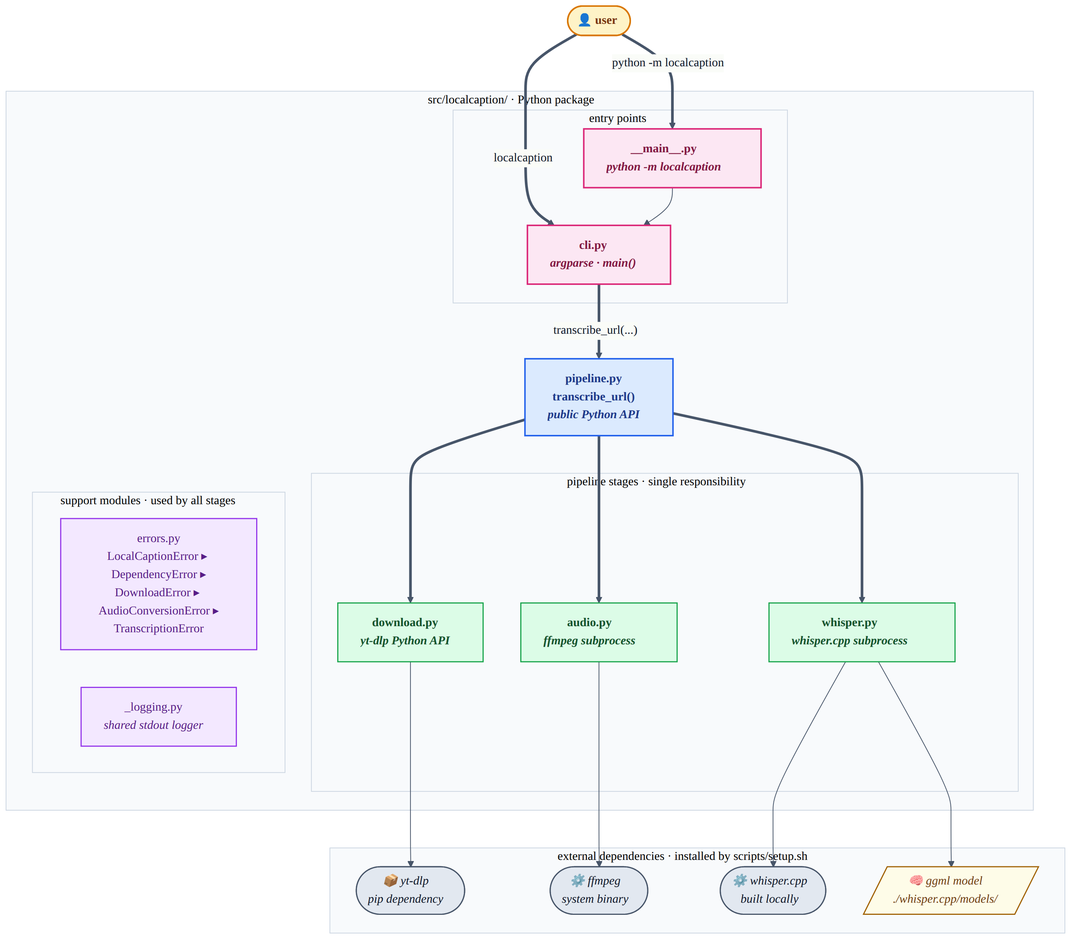
Githab-capibara/localcaption keeps this Mermaid diagram as docs/diagrams/architecture.png. Above is the earlier version. Its source is kept beside it as docs/diagrams/architecture.mmd.
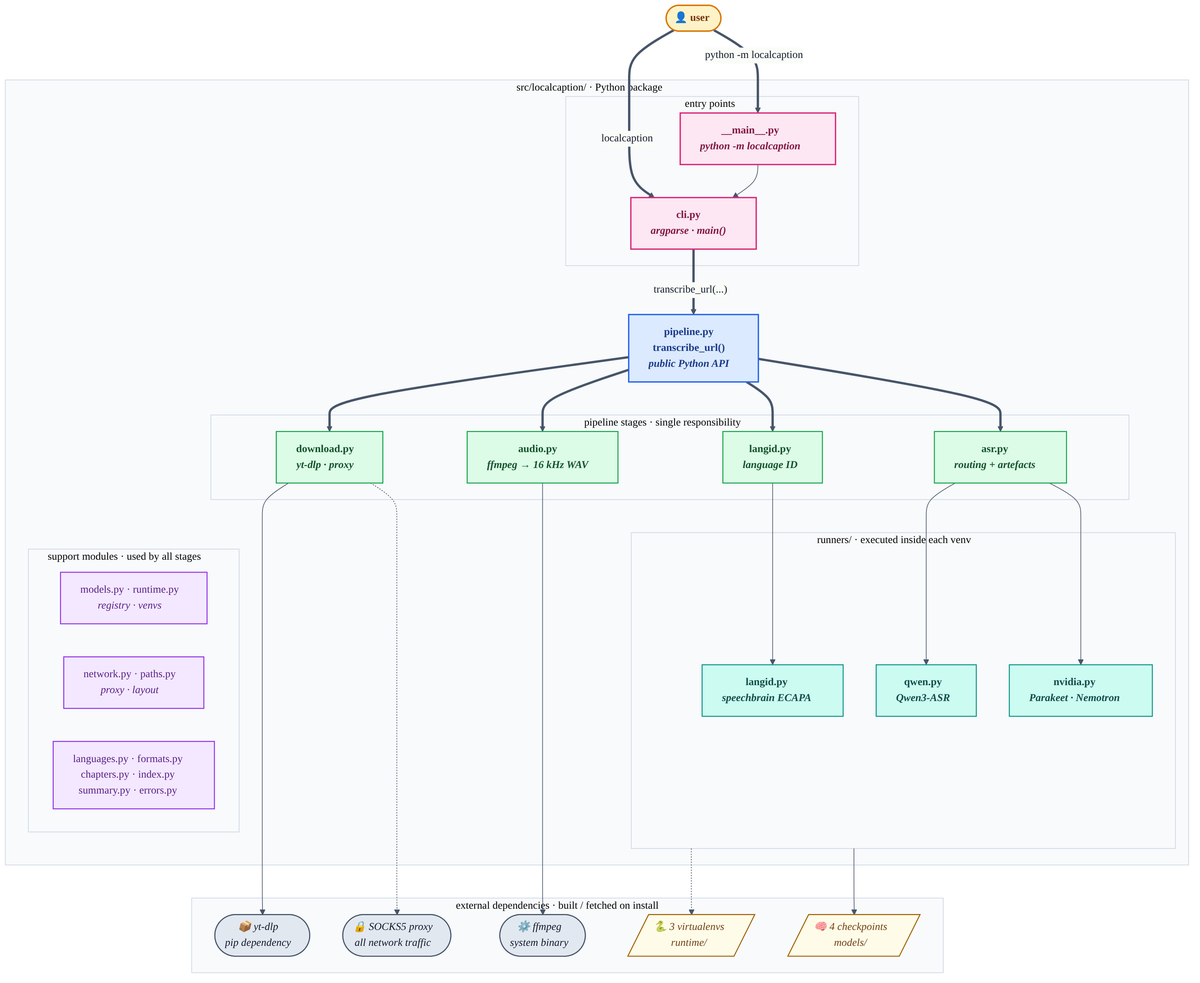
The same file after the commit.

What changed in the source:
```diff
@@ -23,25 +23,34 @@
 
         subgraph STAGES["pipeline stages · single responsibility"]
             direction LR
-            DL["download.py<br/><i>yt-dlp Python API</i>"]:::stage
-            AU["audio.py<br/><i>ffmpeg subprocess</i>"]:::stage
-            WH["whisper.py + backends/<br/><i>whisper.cpp · faster-whisper</i>"]:::stage
+            DL["download.py<br/><i>yt-dlp · proxy</i>"]:::stage
+            AU["audio.py<br/><i>ffmpeg → 16 kHz WAV</i>"]:::stage
+            LID["langid.py<br/><i>language ID</i>"]:::stage
+            ASR["asr.py<br/><i>routing + artefacts</i>"]:::stage
+        end
+
+        subgraph RUNNERS["runners/ · executed inside each venv"]
+            direction LR
+            RL["langid.py<br/><i>speechbrain ECAPA</i>"]:::runner
+            RQ["qwen.py<br/><i>Qwen3-ASR</i>"]:::runner
+            RN["nvidia.py<br/><i>Parakeet · Nemotron</i>"]:::runner
         end
 
         subgraph SUPPORT["support modules · used by all stages"]
             direction LR
-            ERR["errors.py<br/>LocalCaptionError ▸ DependencyError ▸<br/>DownloadError ▸ AudioConversionError ▸<br/>TranscriptionError"]:::support
-            LOG["_logging.py<br/><i>shared stdout logger</i>"]:::support
+            MOD["models.py · runtime.py<br/><i>registry · venvs</i>"]:::support
+            NET["network.py · paths.py<br/><i>proxy · layout</i>"]:::support
+            MISC["languages.py · formats.py<br/>chapters.py · index.py<br/>summary.py · errors.py"]:::support
         end
     end
 
-    subgraph EXT["external dependencies · installed by scripts/setup.sh"]
+    subgraph EXT["external dependencies · built / fetched on install"]
         direction LR
         YTDLP(["📦 yt-dlp<br/><i>pip dependency</i>"]):::extdep
         FFMPEG(["⚙️ ffmpeg<br/><i>system binary</i>"]):::extdep
-        WCPP(["⚙️ whisper.cpp<br/><i>built locally · default</i>"]):::extdep
-        FW(["📦 faster-whisper<br/><i>optional extra</i>"]):::extdep
-        MODEL[/"🧠 ggml model<br/><i>./whisper.cpp/models/</i>"/]:::model
+        PROXY(["🔒 SOCKS5 proxy<br/><i>all network traffic</i>"]):::extdep
+        CKPT[/"🧠 4 checkpoints<br/><i>models/</i>"/]:::model
+        VENVS[/"🐍 3 virtualenvs<br/><i>runtime/</i>"/]:::model
     end
 
     USER ==>|"localcaption <url>"| CLI
@@ -50,18 +59,24 @@
     CLI ==>|"transcribe_url(...)"| PIPE
     PIPE ==> DL
     PIPE ==> AU
-    PIPE ==> WH
+    PIPE ==> LID
+    PIPE ==> ASR
+
+    LID --> RL
+    ASR --> RQ
+    ASR --> RN
 
     DL  --> YTDLP
     AU  --> FFMPEG
-    WH  --> WCPP
-    WH  --> FW
-    WH  --> MODEL
+    DL  -.-> PROXY
+    RUNNERS -.-> VENVS
+    RUNNERS --> CKPT
 
     classDef user    fill:#FEF3C7,stroke:#D97706,color:#78350F,font-weight:bold,stroke-width:2px;
     classDef entry   fill:#FCE7F3,stroke:#DB2777,color:#831843,font-weight:bold,stroke-width:2px;
     classDef core    fill:#DBEAFE,stroke:#2563EB,color:#1E3A8A,font-weight:bold,stroke-width:2px;
     classDef stage   fill:#DCFCE7,stroke:#16A34A,color:#14532D,font-weight:bold,stroke-width:1.5px;
+    classDef runner  fill:#CCFBF1,stroke:#0D9488,color:#134E4A,font-weight:bold,stroke-width:1.5px;
     classDef support fill:#F3E8FF,stroke:#9333EA,color:#581C87,stroke-width:1.5px;
     classDef extdep  fill:#E2E8F0,stroke:#475569,color:#0F172A,font-style:italic,stroke-width:1.5px;
     classDef model   fill:#FEFCE8,stroke:#A16207,color:#713F12,font-style:italic,stroke-width:1.5px;
```
